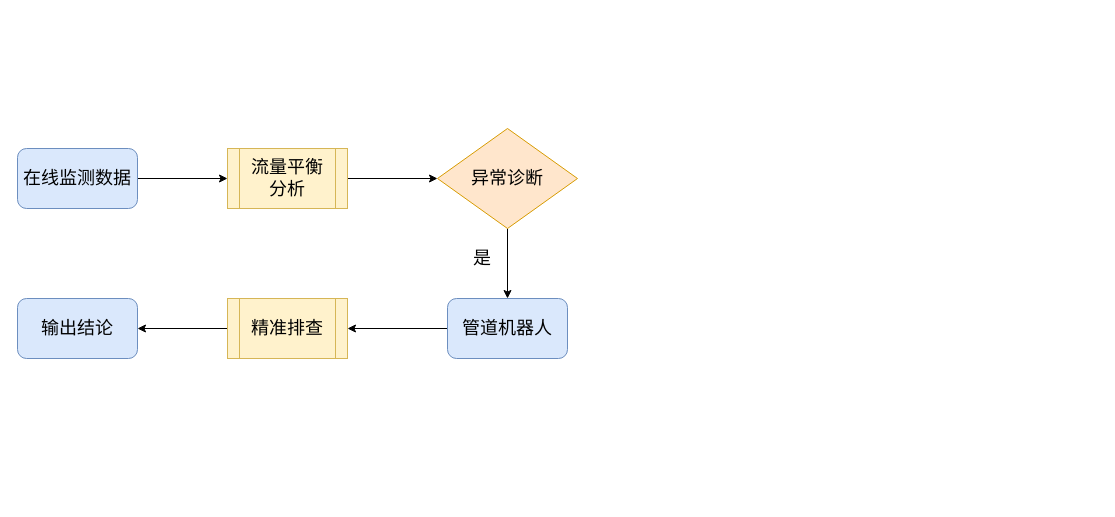
Earlier version of the draw.io diagram 管网排查.drawio (WienWong/Misc). Source tidied: cells renumbered, new cells numbered last; positions are measured from the earlier drawing's top-left corner, leaving out a move shared by most shapes. Both pictures are drawn from the tidied source at 100%, with x=0, y=0 at pixel (17, 128).
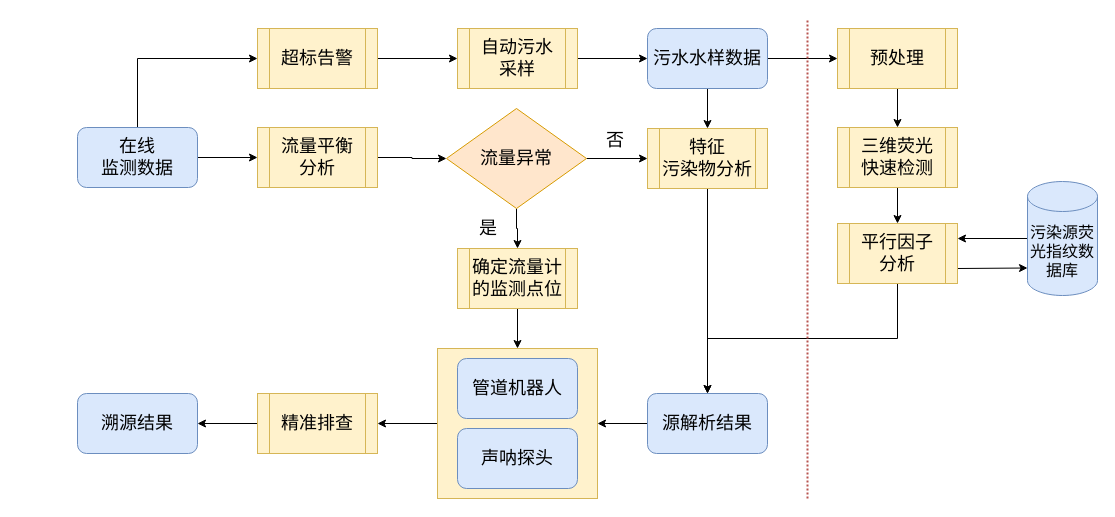
After the change.

Diff of the diagram source:
```diff
@@
+    <mxCell id="14" style="edgeStyle=orthogonalEdgeStyle;rounded=0;jettySize=auto;html=1;exitX=0.5;exitY=0;exitDx=0;exitDy=0;entryX=0;entryY=0.5;entryDx=0;entryDy=0;" parent="1" edge="1" source="3" target="42">
+      <mxGeometry relative="1" as="geometry" />
+    </mxCell>
-    <mxCell id="3" value="&lt;font style=&quot;font-size: 18px&quot;&gt;在线监测数据&lt;/font&gt;" style="rounded=1;whiteSpace=wrap;html=1;fillColor=#dae8fc;strokeColor=#6c8ebf;" parent="1" vertex="1">
-      <mxGeometry y="20" width="120" height="60" as="geometry" />
+    <mxCell id="3" value="&lt;font style=&quot;font-size: 18px&quot;&gt;在线&lt;br&gt;监测数据&lt;/font&gt;" style="rounded=1;whiteSpace=wrap;html=1;fillColor=#dae8fc;strokeColor=#6c8ebf;" parent="1" vertex="1">
+      <mxGeometry x="60" y="-1" width="120" height="60" as="geometry" />
     </mxCell>
@@
     <mxCell id="5" value="&lt;font style=&quot;font-size: 18px&quot;&gt;流量平衡&lt;br&gt;分析&lt;/font&gt;" style="shape=process;whiteSpace=wrap;html=1;backgroundOutline=1;fillColor=#fff2cc;strokeColor=#d6b656;" parent="1" vertex="1">
-      <mxGeometry x="210" y="20" width="120" height="60" as="geometry" />
+      <mxGeometry x="240" y="-1" width="120" height="60" as="geometry" />
     </mxCell>
-    <mxCell id="6" style="edgeStyle=orthogonalEdgeStyle;rounded=0;jettySize=auto;html=1;exitX=0.5;exitY=1;exitDx=0;exitDy=0;" parent="1" edge="1" source="7" target="9">
-      <mxGeometry relative="1" as="geometry" />
-    </mxCell>
+    <mxCell id="15" style="edgeStyle=orthogonalEdgeStyle;rounded=0;jettySize=auto;html=1;exitX=1;exitY=0.5;exitDx=0;exitDy=0;" parent="1" edge="1" source="7" target="18">
+      <mxGeometry relative="1" as="geometry" />
+    </mxCell>
+    <mxCell id="16" style="edgeStyle=orthogonalEdgeStyle;rounded=0;jettySize=auto;html=1;exitX=0.5;exitY=1;exitDx=0;exitDy=0;" parent="1" edge="1" source="7" target="27">
+      <mxGeometry relative="1" as="geometry" />
+    </mxCell>
-    <mxCell id="7" value="&lt;font style=&quot;font-size: 18px&quot;&gt;异常诊断&lt;/font&gt;" style="rhombus;whiteSpace=wrap;html=1;fillColor=#ffe6cc;strokeColor=#d79b00;" parent="1" vertex="1">
-      <mxGeometry x="420" width="140" height="100" as="geometry" />
+    <mxCell id="7" value="&lt;font style=&quot;font-size: 18px&quot;&gt;流量异常&lt;/font&gt;" style="rhombus;whiteSpace=wrap;html=1;fillColor=#ffe6cc;strokeColor=#d79b00;" parent="1" vertex="1">
+      <mxGeometry x="429" y="-20" width="140" height="100" as="geometry" />
     </mxCell>
-    <mxCell id="8" style="edgeStyle=orthogonalEdgeStyle;rounded=0;jettySize=auto;html=1;exitX=0;exitY=0.5;exitDx=0;exitDy=0;entryX=1;entryY=0.5;entryDx=0;entryDy=0;" parent="1" edge="1" source="9" target="11">
-      <mxGeometry relative="1" as="geometry" />
-    </mxCell>
-    <mxCell id="9" value="&lt;font style=&quot;font-size: 18px&quot;&gt;管道机器人&lt;/font&gt;" style="rounded=1;whiteSpace=wrap;html=1;fillColor=#dae8fc;strokeColor=#6c8ebf;" parent="1" vertex="1">
-      <mxGeometry x="430" y="170" width="120" height="60" as="geometry" />
-    </mxCell>
@@
     <mxCell id="11" value="&lt;span style=&quot;font-size: 18px&quot;&gt;精准排查&lt;/span&gt;" style="shape=process;whiteSpace=wrap;html=1;backgroundOutline=1;fillColor=#fff2cc;strokeColor=#d6b656;" parent="1" vertex="1">
-      <mxGeometry x="210" y="170" width="120" height="60" as="geometry" />
+      <mxGeometry x="240" y="265" width="120" height="60" as="geometry" />
     </mxCell>
     <mxCell id="12" value="&lt;font style=&quot;font-size: 18px&quot;&gt;是&lt;/font&gt;" style="text;html=1;strokeColor=none;fillColor=none;align=center;verticalAlign=middle;whiteSpace=wrap;rounded=0;" parent="1" vertex="1">
-      <mxGeometry x="440" y="110" width="50" height="40" as="geometry" />
+      <mxGeometry x="446" y="80" width="50" height="40" as="geometry" />
     </mxCell>
-    <mxCell id="13" value="&lt;font style=&quot;font-size: 18px&quot;&gt;输出结论&lt;/font&gt;" style="rounded=1;whiteSpace=wrap;html=1;fillColor=#dae8fc;strokeColor=#6c8ebf;" parent="1" vertex="1">
-      <mxGeometry y="170" width="120" height="60" as="geometry" />
+    <mxCell id="13" value="&lt;span style=&quot;font-size: 18px&quot;&gt;溯源结果&lt;/span&gt;" style="rounded=1;whiteSpace=wrap;html=1;fillColor=#dae8fc;strokeColor=#6c8ebf;" parent="1" vertex="1">
+      <mxGeometry x="60" y="265" width="120" height="60" as="geometry" />
     </mxCell>
+    <mxCell id="17" style="edgeStyle=orthogonalEdgeStyle;rounded=0;jettySize=auto;html=1;exitX=0.5;exitY=1;exitDx=0;exitDy=0;entryX=0.5;entryY=0;entryDx=0;entryDy=0;" parent="1" edge="1" source="18" target="38">
+      <mxGeometry relative="1" as="geometry" />
+    </mxCell>
+    <mxCell id="18" value="&lt;font style=&quot;font-size: 18px&quot;&gt;特征&lt;br&gt;污染物分析&lt;/font&gt;" style="shape=process;whiteSpace=wrap;html=1;backgroundOutline=1;fillColor=#fff2cc;strokeColor=#d6b656;" parent="1" vertex="1">
+      <mxGeometry x="630" width="120" height="60" as="geometry" />
+    </mxCell>
+    <mxCell id="19" value="&lt;font style=&quot;font-size: 18px&quot;&gt;否&lt;/font&gt;" style="text;html=1;strokeColor=none;fillColor=none;align=center;verticalAlign=middle;whiteSpace=wrap;rounded=0;" parent="1" vertex="1">
+      <mxGeometry x="573" y="-8" width="50" height="40" as="geometry" />
+    </mxCell>
+    <mxCell id="20" style="edgeStyle=orthogonalEdgeStyle;rounded=0;jettySize=auto;html=1;exitX=0.5;exitY=1;exitDx=0;exitDy=0;" parent="1" edge="1" source="22" target="18">
+      <mxGeometry relative="1" as="geometry" />
+    </mxCell>
+    <mxCell id="21" style="edgeStyle=orthogonalEdgeStyle;rounded=0;jettySize=auto;html=1;exitX=1;exitY=0.5;exitDx=0;exitDy=0;" parent="1" edge="1" source="22" target="33">
+      <mxGeometry relative="1" as="geometry" />
+    </mxCell>
+    <mxCell id="22" value="&lt;font style=&quot;font-size: 18px&quot;&gt;污水水样数据&lt;/font&gt;" style="rounded=1;whiteSpace=wrap;html=1;fillColor=#dae8fc;strokeColor=#6c8ebf;" parent="1" vertex="1">
+      <mxGeometry x="630" y="-100" width="120" height="60" as="geometry" />
+    </mxCell>
+    <mxCell id="23" style="edgeStyle=orthogonalEdgeStyle;rounded=0;jettySize=auto;html=1;exitX=0;exitY=0.5;exitDx=0;exitDy=0;entryX=1;entryY=0.5;entryDx=0;entryDy=0;" parent="1" edge="1" source="24" target="11">
+      <mxGeometry relative="1" as="geometry" />
+    </mxCell>
+    <mxCell id="24" style="rounded=0;whiteSpace=wrap;html=1;fillColor=#fff2cc;strokeColor=#d6b656;" parent="1" vertex="1">
+      <mxGeometry x="420" y="220" width="160" height="150" as="geometry" />
+    </mxCell>
+    <mxCell id="9" value="&lt;span style=&quot;font-size: 18px&quot;&gt;管道机器人&lt;/span&gt;" style="rounded=1;whiteSpace=wrap;html=1;fillColor=#dae8fc;strokeColor=#6c8ebf;" parent="1" vertex="1">
+      <mxGeometry x="440" y="230" width="120" height="60" as="geometry" />
+    </mxCell>
+    <mxCell id="25" value="&lt;span style=&quot;font-size: 18px&quot;&gt;声呐探头&lt;/span&gt;" style="rounded=1;whiteSpace=wrap;html=1;fillColor=#dae8fc;strokeColor=#6c8ebf;" parent="1" vertex="1">
+      <mxGeometry x="440" y="300" width="120" height="60" as="geometry" />
+    </mxCell>
+    <mxCell id="26" style="edgeStyle=orthogonalEdgeStyle;rounded=0;jettySize=auto;html=1;exitX=0.5;exitY=1;exitDx=0;exitDy=0;entryX=0.5;entryY=0;entryDx=0;entryDy=0;" parent="1" edge="1" source="27" target="24">
+      <mxGeometry relative="1" as="geometry" />
+    </mxCell>
+    <mxCell id="27" value="&lt;font style=&quot;font-size: 18px&quot;&gt;确定流量计的监测点位&lt;/font&gt;" style="shape=process;whiteSpace=wrap;html=1;backgroundOutline=1;fillColor=#fff2cc;strokeColor=#d6b656;" parent="1" vertex="1">
+      <mxGeometry x="440" y="120" width="120" height="60" as="geometry" />
+    </mxCell>
+    <mxCell id="28" style="edgeStyle=orthogonalEdgeStyle;rounded=0;jettySize=auto;html=1;exitX=0;exitY=0.5;exitDx=0;exitDy=0;exitPerimeter=0;entryX=1;entryY=0.25;entryDx=0;entryDy=0;" parent="1" edge="1" source="29" target="36">
+      <mxGeometry relative="1" as="geometry" />
+    </mxCell>
+    <mxCell id="29" value="&lt;font style=&quot;font-size: 16px&quot;&gt;污染源荧光指纹数据库&lt;/font&gt;" style="shape=cylinder3;whiteSpace=wrap;html=1;boundedLbl=1;backgroundOutline=1;size=15;fillColor=#dae8fc;strokeColor=#6c8ebf;fontSize=16;" parent="1" vertex="1">
+      <mxGeometry x="1010" y="53" width="70" height="114" as="geometry" />
+    </mxCell>
+    <mxCell id="30" style="edgeStyle=orthogonalEdgeStyle;rounded=0;jettySize=auto;html=1;exitX=0.5;exitY=1;exitDx=0;exitDy=0;" parent="1" edge="1" source="31" target="36">
+      <mxGeometry relative="1" as="geometry" />
+    </mxCell>
+    <mxCell id="31" value="&lt;font style=&quot;font-size: 18px&quot;&gt;三维荧光&lt;br&gt;快速检测&lt;/font&gt;" style="shape=process;whiteSpace=wrap;html=1;backgroundOutline=1;fillColor=#fff2cc;strokeColor=#d6b656;" parent="1" vertex="1">
+      <mxGeometry x="820" y="-1" width="120" height="60" as="geometry" />
+    </mxCell>
+    <mxCell id="32" style="edgeStyle=orthogonalEdgeStyle;rounded=0;jettySize=auto;html=1;exitX=0.5;exitY=1;exitDx=0;exitDy=0;entryX=0.5;entryY=0;entryDx=0;entryDy=0;" parent="1" edge="1" source="33" target="31">
+      <mxGeometry relative="1" as="geometry" />
+    </mxCell>
+    <mxCell id="33" value="&lt;font style=&quot;font-size: 18px&quot;&gt;预处理&lt;/font&gt;" style="shape=process;whiteSpace=wrap;html=1;backgroundOutline=1;fillColor=#fff2cc;strokeColor=#d6b656;" parent="1" vertex="1">
+      <mxGeometry x="820" y="-100" width="120" height="60" as="geometry" />
+    </mxCell>
+    <mxCell id="34" style="edgeStyle=orthogonalEdgeStyle;rounded=0;jettySize=auto;html=1;exitX=0.5;exitY=1;exitDx=0;exitDy=0;entryX=0.5;entryY=0;entryDx=0;entryDy=0;" parent="1" edge="1" source="36" target="38">
+      <mxGeometry relative="1" as="geometry" />
+    </mxCell>
+    <mxCell id="35" style="edgeStyle=orthogonalEdgeStyle;rounded=0;jettySize=auto;html=1;exitX=1;exitY=0.75;exitDx=0;exitDy=0;" parent="1" edge="1" source="36">
+      <mxGeometry relative="1" as="geometry">
+        <mxPoint x="1010" y="139.5" as="targetPoint" />
+      </mxGeometry>
+    </mxCell>
+    <mxCell id="36" value="&lt;font style=&quot;font-size: 18px&quot;&gt;平行因子&lt;br&gt;分析&lt;/font&gt;" style="shape=process;whiteSpace=wrap;html=1;backgroundOutline=1;fillColor=#fff2cc;strokeColor=#d6b656;" parent="1" vertex="1">
+      <mxGeometry x="820" y="95" width="120" height="60" as="geometry" />
+    </mxCell>
+    <mxCell id="37" style="edgeStyle=orthogonalEdgeStyle;rounded=0;jettySize=auto;html=1;exitX=0;exitY=0.5;exitDx=0;exitDy=0;entryX=1;entryY=0.5;entryDx=0;entryDy=0;" parent="1" edge="1" source="38" target="24">
+      <mxGeometry relative="1" as="geometry" />
+    </mxCell>
+    <mxCell id="38" value="&lt;font style=&quot;font-size: 18px&quot;&gt;源解析结果&lt;/font&gt;" style="rounded=1;whiteSpace=wrap;html=1;fillColor=#dae8fc;strokeColor=#6c8ebf;" parent="1" vertex="1">
+      <mxGeometry x="630" y="265" width="120" height="60" as="geometry" />
+    </mxCell>
+    <mxCell id="39" style="edgeStyle=orthogonalEdgeStyle;rounded=0;jettySize=auto;html=1;exitX=1;exitY=0.5;exitDx=0;exitDy=0;" parent="1" edge="1" source="40" target="22">
+      <mxGeometry relative="1" as="geometry" />
+    </mxCell>
+    <mxCell id="40" value="&lt;font style=&quot;font-size: 18px&quot;&gt;自动污水&lt;br&gt;采样&lt;/font&gt;" style="shape=process;whiteSpace=wrap;html=1;backgroundOutline=1;fillColor=#fff2cc;strokeColor=#d6b656;" parent="1" vertex="1">
+      <mxGeometry x="440" y="-100" width="120" height="60" as="geometry" />
+    </mxCell>
+    <mxCell id="41" style="edgeStyle=orthogonalEdgeStyle;rounded=0;jettySize=auto;html=1;exitX=1;exitY=0.5;exitDx=0;exitDy=0;" parent="1" edge="1" source="42" target="40">
+      <mxGeometry relative="1" as="geometry" />
+    </mxCell>
+    <mxCell id="42" value="&lt;font style=&quot;font-size: 18px&quot;&gt;超标告警&lt;/font&gt;" style="shape=process;whiteSpace=wrap;html=1;backgroundOutline=1;fillColor=#fff2cc;strokeColor=#d6b656;" parent="1" vertex="1">
+      <mxGeometry x="240" y="-100" width="120" height="60" as="geometry" />
+    </mxCell>
+    <mxCell id="43" style="endArrow=none;dashed=1;html=1;strokeWidth=2;dashPattern=1 1;fillColor=#f8cecc;strokeColor=#b85450;" parent="1" edge="1">
+      <mxGeometry relative="1" as="geometry">
+        <mxPoint x="790" y="370" as="sourcePoint" />
+        <mxPoint x="790" y="-110" as="targetPoint" />
+      </mxGeometry>
+    </mxCell>
```
